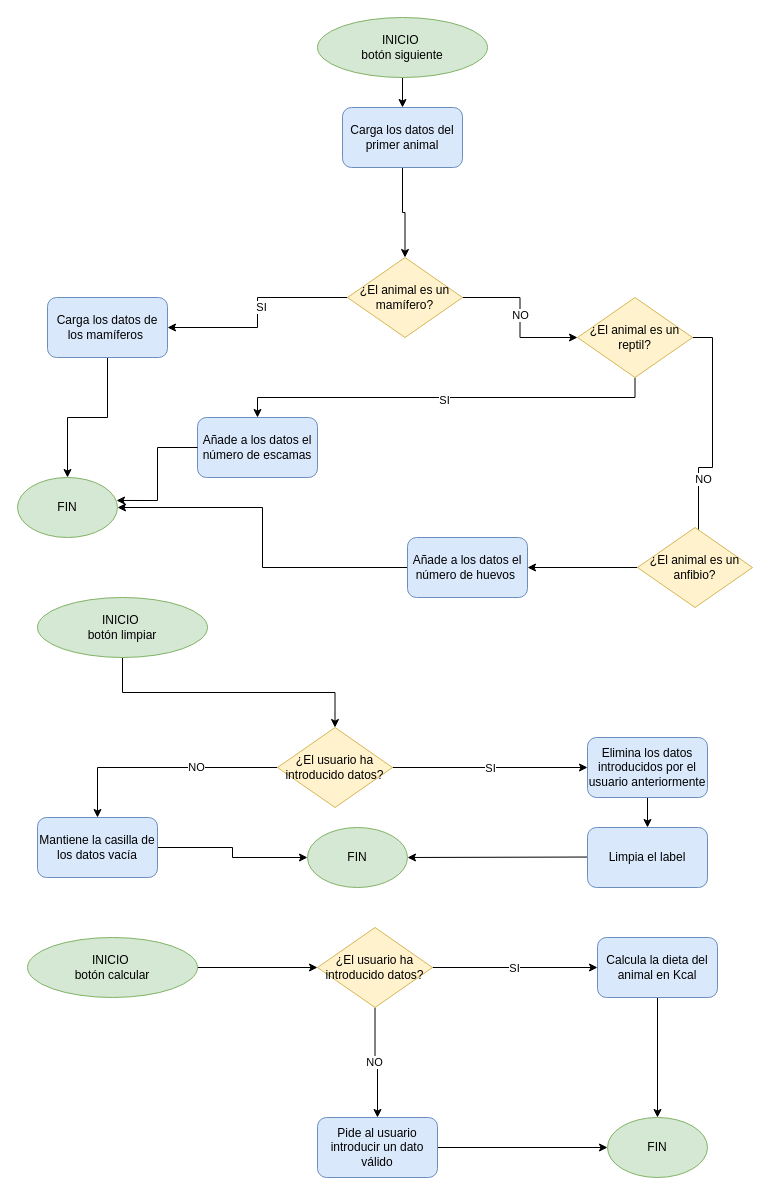
Earlier version of the draw.io diagram page "Diagrama de flujo" (2 of 2) of Copia de CentroVeterinario.drawio (Rodrigo-0407/Centro-veterinario). Source tidied: cells renumbered, new cells numbered last; positions are measured from the earlier drawing's top-left corner, leaving out a move shared by most shapes. Both pictures are drawn from the tidied source at 100%, with x=0, y=0 at pixel (17, 17).
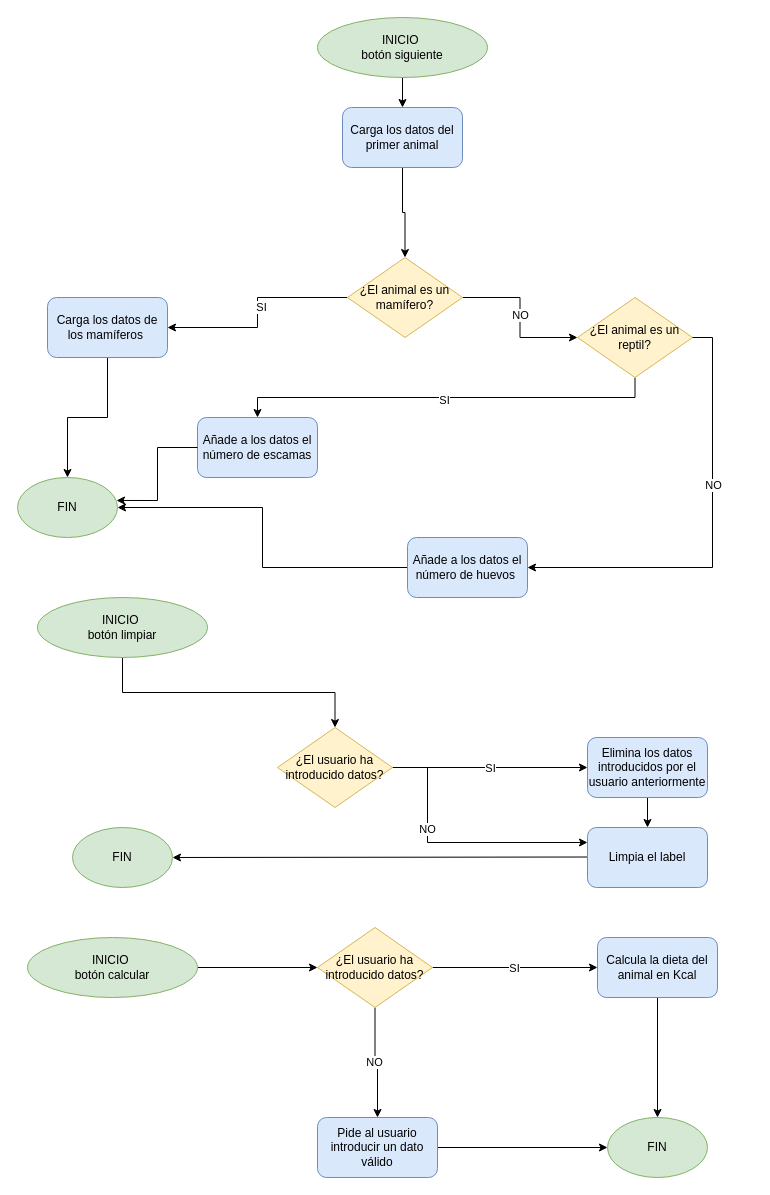
Above is the later version.

Unchanged cells that the change refers to:
```xml
<mxCell id="17" value="¿El animal es un reptil?" style="rhombus;whiteSpace=wrap;html=1;fillColor=#fff2cc;strokeColor=#d6b656;" parent="1" vertex="1">
  <mxGeometry x="560" y="280" width="115" height="80" as="geometry" />
</mxCell>
<mxCell id="20" value="Añade a los datos el número de huevos&amp;nbsp;" style="rounded=1;whiteSpace=wrap;html=1;fillColor=#dae8fc;strokeColor=#6c8ebf;" parent="1" vertex="1">
  <mxGeometry x="390" y="520" width="120" height="60" as="geometry" />
</mxCell>
<mxCell id="29" value="¿El usuario ha introducido datos?" style="rhombus;whiteSpace=wrap;html=1;fillColor=#fff2cc;strokeColor=#d6b656;" parent="1" vertex="1">
  <mxGeometry x="260" y="710" width="115" height="80" as="geometry" />
</mxCell>
<mxCell id="46" value="Limpia el label" style="rounded=1;whiteSpace=wrap;html=1;fillColor=#dae8fc;strokeColor=#6c8ebf;" parent="1" vertex="1">
  <mxGeometry x="570" y="810" width="120" height="60" as="geometry" />
</mxCell>
```

What changed in the source:
```diff
@@
-    <mxCell id="15" style="edgeStyle=orthogonalEdgeStyle;rounded=0;jettySize=auto;html=1;entryX=0.5;entryY=0;entryDx=0;entryDy=0;" parent="1" edge="1" source="17" target="22">
-      <mxGeometry relative="1" as="geometry">
-        <Array as="points">
-          <mxPoint x="695" y="320" />
-          <mxPoint x="695" y="450" />
-          <mxPoint x="681" y="450" />
-          <mxPoint x="681" y="550" />
-        </Array>
-      </mxGeometry>
-    </mxCell>
-    <mxCell id="16" value="NO" style="edgeLabel;html=1;align=center;verticalAlign=middle;" parent="15" vertex="1">
-      <mxGeometry x="0.14" y="4" relative="1" as="geometry" />
-    </mxCell>
@@
-    <mxCell id="21" style="edgeStyle=orthogonalEdgeStyle;rounded=0;jettySize=auto;html=1;entryX=1;entryY=0.5;entryDx=0;entryDy=0;" parent="1" edge="1" source="22" target="20">
+    <mxCell id="21" style="edgeStyle=orthogonalEdgeStyle;rounded=0;jettySize=auto;html=1;entryX=1;entryY=0.5;entryDx=0;entryDy=0;exitX=1;exitY=0.5;exitDx=0;exitDy=0;" parent="1" edge="1" source="17" target="20">
       <mxGeometry relative="1" as="geometry" />
     </mxCell>
-    <mxCell id="22" value="¿El animal es un anfibio?" style="rhombus;whiteSpace=wrap;html=1;fillColor=#fff2cc;strokeColor=#d6b656;" parent="1" vertex="1">
-      <mxGeometry x="620" y="510" width="115" height="80" as="geometry" />
-    </mxCell>
+    <mxCell id="16" value="NO" style="edgeLabel;html=1;align=center;verticalAlign=middle;" parent="21" vertex="1">
+      <mxGeometry x="-0.23" relative="1" as="geometry" />
+    </mxCell>
@@
-    <mxCell id="27" style="edgeStyle=orthogonalEdgeStyle;rounded=0;jettySize=auto;html=1;entryX=0.5;entryY=0;entryDx=0;entryDy=0;" parent="1" edge="1" source="29" target="33">
-      <mxGeometry relative="1" as="geometry" />
+    <mxCell id="27" style="edgeStyle=orthogonalEdgeStyle;rounded=0;jettySize=auto;html=1;entryX=0;entryY=0.25;entryDx=0;entryDy=0;" parent="1" edge="1" source="29" target="46">
+      <mxGeometry relative="1" as="geometry">
+        <Array as="points">
+          <mxPoint x="410" y="750" />
+          <mxPoint x="410" y="825" />
+        </Array>
+      </mxGeometry>
     </mxCell>
@@
-    <mxCell id="32" style="edgeStyle=orthogonalEdgeStyle;rounded=0;jettySize=auto;html=1;entryX=0;entryY=0.5;entryDx=0;entryDy=0;" parent="1" edge="1" source="33" target="49">
-      <mxGeometry relative="1" as="geometry" />
-    </mxCell>
-    <mxCell id="33" value="Mantiene la casilla de los datos vacía" style="rounded=1;whiteSpace=wrap;html=1;fillColor=#dae8fc;strokeColor=#6c8ebf;" parent="1" vertex="1">
-      <mxGeometry x="20" y="800" width="120" height="60" as="geometry" />
-    </mxCell>
@@
     <mxCell id="49" value="FIN" style="ellipse;whiteSpace=wrap;html=1;fillColor=#d5e8d4;strokeColor=#82b366;" parent="1" vertex="1">
-      <mxGeometry x="290" y="810" width="100" height="60" as="geometry" />
+      <mxGeometry x="55" y="810" width="100" height="60" as="geometry" />
     </mxCell>
```
